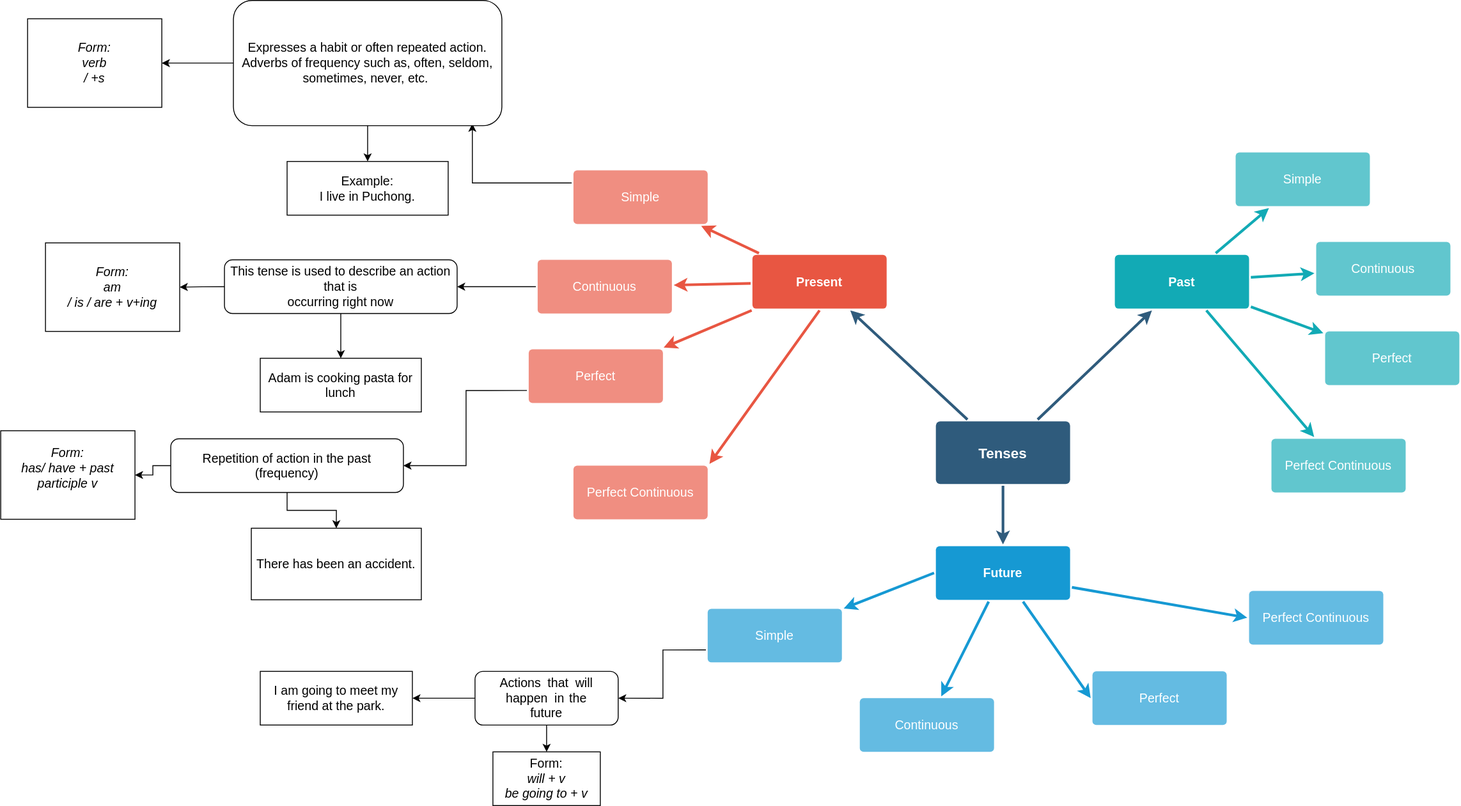
mhrk04/WED10402-CE keeps this draw.io diagram as Tense.drawio.svg. Above is the earlier version. Source tidied: cells renumbered, new cells last; positions are measured from the earlier drawing's top-left corner, leaving out a move shared by most shapes.
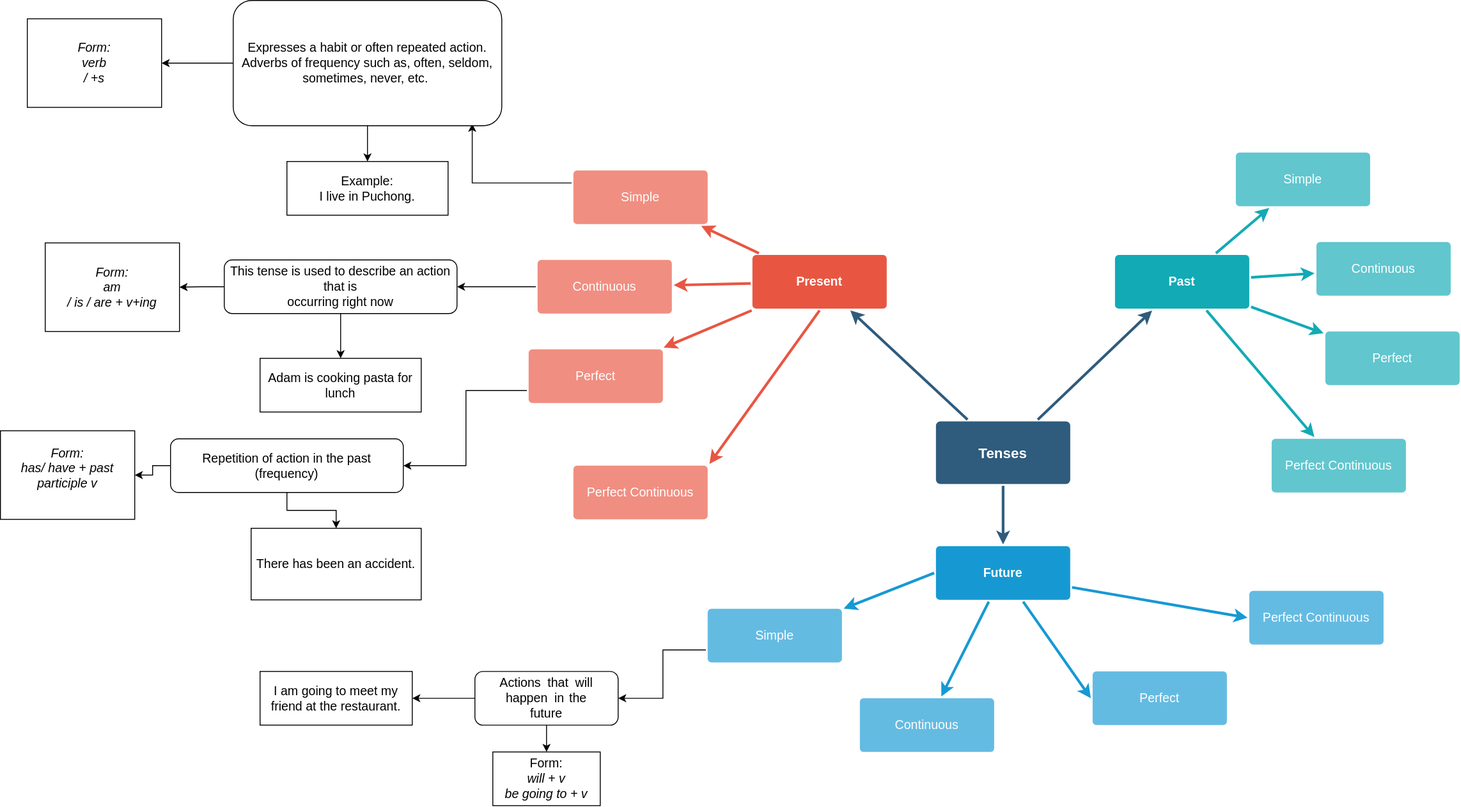
After the commit.

Diff of the diagram source:
```diff
@@ -164,7 +164,7 @@
     <mxCell id="55" value="Form:&lt;br&gt;&lt;i style=&quot;background-color: initial;&quot;&gt;&lt;span lang=&quot;EN-US&quot;&gt;will + v&lt;/span&gt;&lt;/i&gt;&lt;br&gt;&lt;i&gt;&lt;span lang=&quot;EN-GB&quot;&gt;be going to + v&lt;/span&gt;&lt;/i&gt;" style="rounded=0;whiteSpace=wrap;html=1;fontSize=14;" parent="1" vertex="1">
       <mxGeometry x="550" y="840" width="120" height="60" as="geometry" />
     </mxCell>
-    <mxCell id="56" value="I am going to meet my friend at the park." style="rounded=0;whiteSpace=wrap;html=1;fontSize=14;" parent="1" vertex="1">
+    <mxCell id="56" value="I am going to meet my friend at the restaurant." style="rounded=0;whiteSpace=wrap;html=1;fontSize=14;" parent="1" vertex="1">
       <mxGeometry x="290" y="750" width="170" height="60" as="geometry" />
     </mxCell>
   </root>
```
